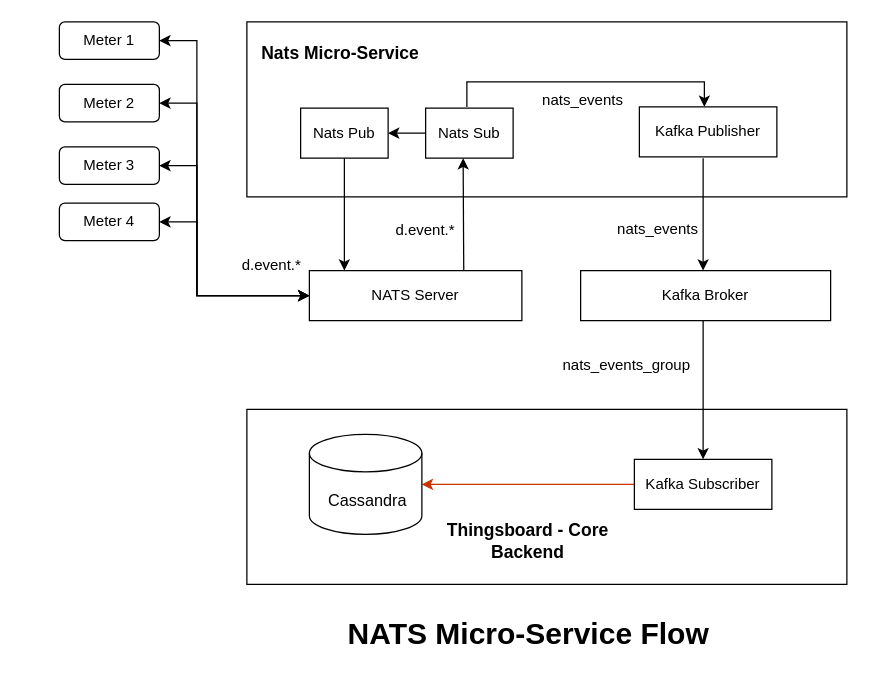
vkpatil84/Vaibhav-file keeps this draw.io diagram as Core_Diagram_3.drawio. Above is the earlier version. Source tidied: cells renumbered, new cells numbered last; positions are measured from the earlier drawing's top-left corner, leaving out a move shared by most shapes. Both pictures are drawn from the tidied source at 125%, with x=0, y=0 at pixel (59, 21).
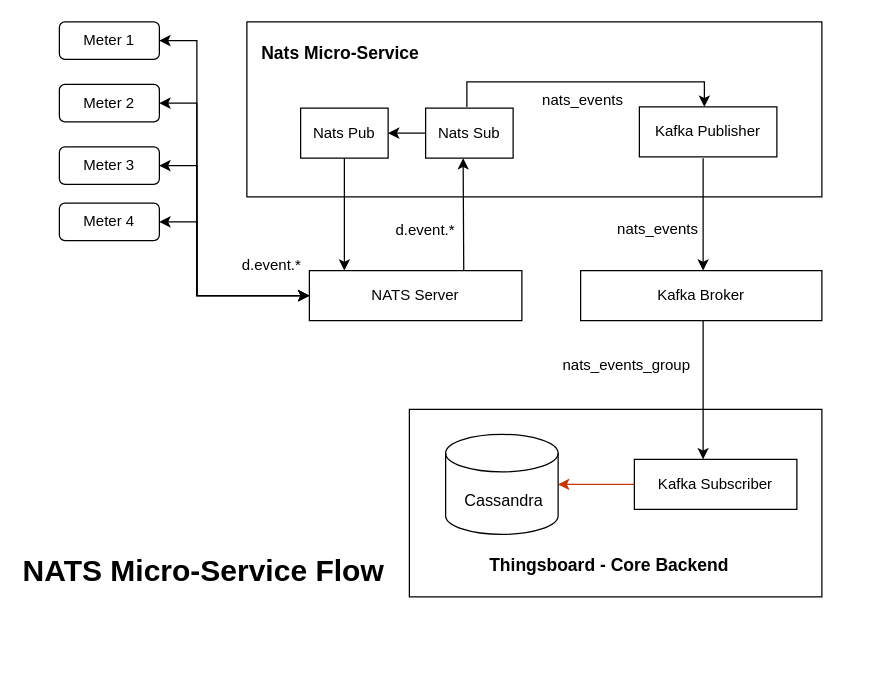
Above is the later version.

Diff of the diagram source:
```diff
@@
     <mxCell id="2" value="NATS Micro-Service Flow" style="text;strokeColor=none;fillColor=none;html=1;fontSize=24;fontStyle=1;verticalAlign=middle;align=center;" parent="1" vertex="1">
-      <mxGeometry x="230" y="470" width="290" height="40" as="geometry" />
+      <mxGeometry x="-30" y="420" width="290" height="40" as="geometry" />
     </mxCell>
@@
     <mxCell id="10" style="rounded=0;whiteSpace=wrap;html=1;" parent="1" vertex="1">
-      <mxGeometry x="150" width="480" height="140" as="geometry" />
+      <mxGeometry x="150" width="460" height="140" as="geometry" />
     </mxCell>
@@
     <mxCell id="20" value="Kafka Broker" style="rounded=0;whiteSpace=wrap;html=1;" parent="1" vertex="1">
-      <mxGeometry x="417" y="199" width="200" height="40" as="geometry" />
+      <mxGeometry x="417" y="199" width="193" height="40" as="geometry" />
     </mxCell>
@@
     <mxCell id="25" style="rounded=0;whiteSpace=wrap;html=1;" parent="1" vertex="1">
-      <mxGeometry x="150" y="310" width="480" height="140" as="geometry" />
+      <mxGeometry x="280" y="310" width="330" height="150" as="geometry" />
     </mxCell>
@@
     <mxCell id="29" value="Kafka Subscriber" style="rounded=0;whiteSpace=wrap;html=1;" parent="1" vertex="1">
-      <mxGeometry x="460" y="350" width="110" height="40" as="geometry" />
+      <mxGeometry x="460" y="350" width="130" height="40" as="geometry" />
     </mxCell>
     <mxCell id="30" value="&lt;font style=&quot;font-size: 13px;&quot;&gt;&amp;nbsp;Cassandra&lt;/font&gt;" style="shape=cylinder3;whiteSpace=wrap;html=1;boundedLbl=1;backgroundOutline=1;size=15;" parent="1" vertex="1">
-      <mxGeometry x="200" y="330" width="90" height="80" as="geometry" />
+      <mxGeometry x="309" y="330" width="90" height="80" as="geometry" />
     </mxCell>
@@
-    <mxCell id="33" value="&lt;font style=&quot;font-size: 14px;&quot;&gt;&lt;b&gt;Thingsboard - Core&lt;/b&gt;&lt;/font&gt;&lt;div&gt;&lt;font style=&quot;font-size: 14px;&quot;&gt;&lt;b&gt;Backend&lt;/b&gt;&lt;/font&gt;&lt;/div&gt;" style="text;html=1;align=center;verticalAlign=middle;whiteSpace=wrap;rounded=0;" parent="1" vertex="1">
-      <mxGeometry x="300" y="390" width="150" height="50" as="geometry" />
+    <mxCell id="33" value="&lt;font style=&quot;font-size: 14px;&quot;&gt;&lt;b&gt;Thingsboard - Core&amp;nbsp;&lt;/b&gt;&lt;/font&gt;&lt;b style=&quot;font-size: 14px; background-color: transparent; color: light-dark(rgb(0, 0, 0), rgb(255, 255, 255));&quot;&gt;Backend&lt;/b&gt;" style="text;html=1;align=center;verticalAlign=middle;whiteSpace=wrap;rounded=0;" parent="1" vertex="1">
+      <mxGeometry x="340" y="410" width="200" height="50" as="geometry" />
     </mxCell>
```
